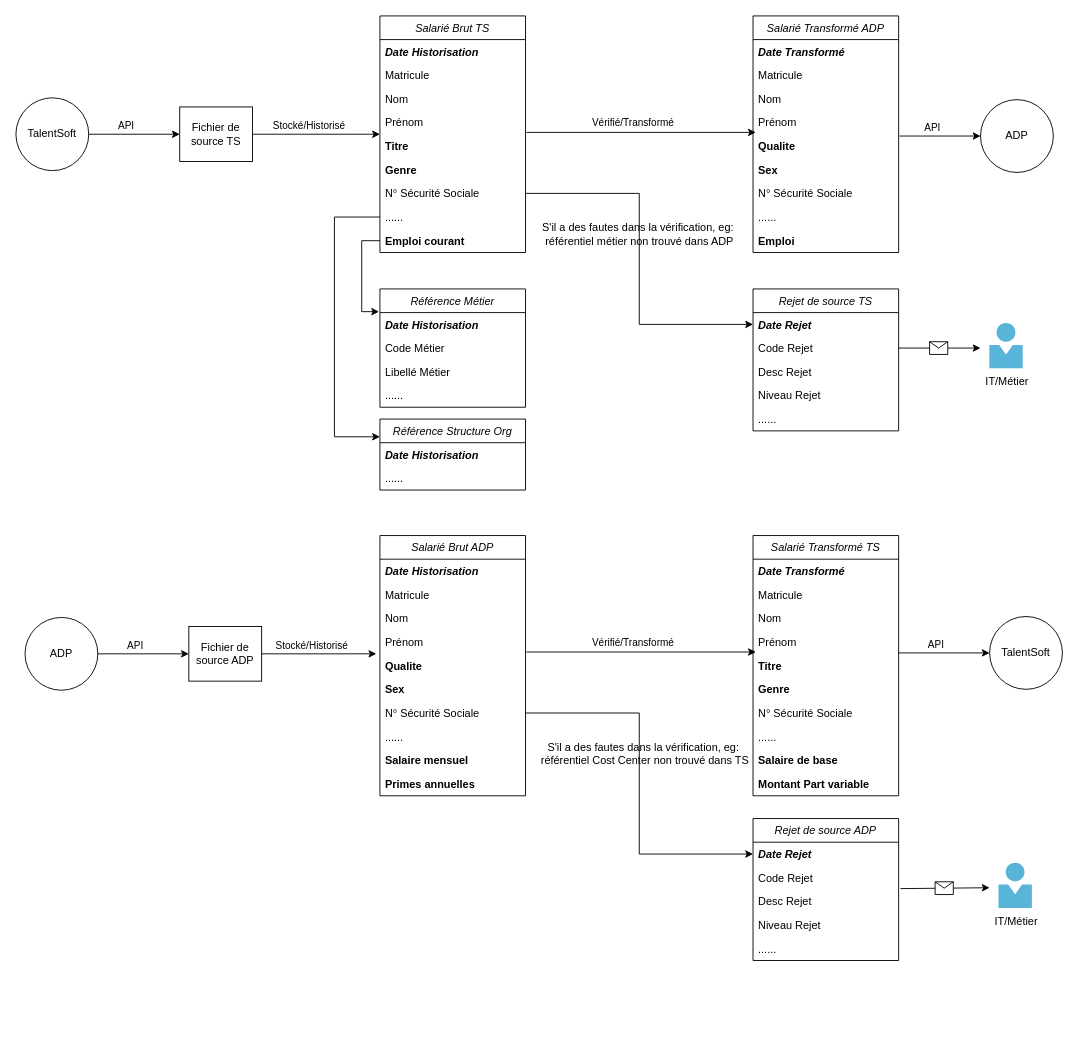
The draw.io diagram Schema Interface SIRH.drawio in YLIUSBI/Motul-Interface-SIRH, before the edit. Source tidied: cells renumbered, new cells numbered last; positions are measured from the earlier drawing's top-left corner, leaving out a move shared by most shapes. Both pictures are drawn from the tidied source at 91%, with x=0, y=0 at pixel (15, 15).
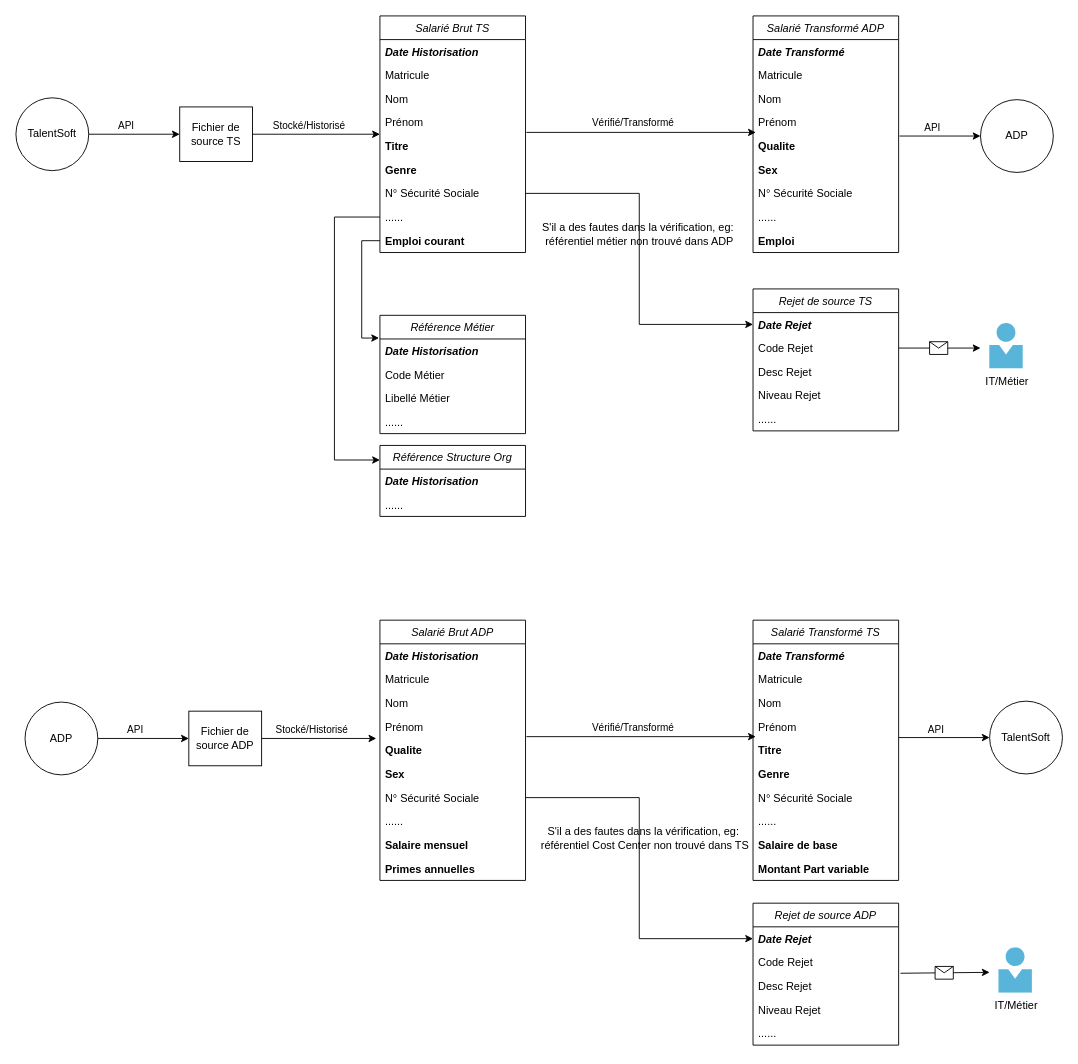
The same diagram, later.

Commit message (it also covers changes not shown here):
Mettre à jour Schema Interface SIRH.drawio

The change refers to these unchanged cells:
```xml
<mxCell id="10" value="......" style="text;align=left;verticalAlign=top;spacingLeft=4;spacingRight=4;overflow=hidden;points=[[0,0.5],[1,0.5]];portConstraint=eastwest;rounded=0;shadow=0;html=0;" parent="2" vertex="1">
  <mxGeometry y="208" width="160" height="26" as="geometry" />
</mxCell>
<mxCell id="84" value="Code Rejet" style="text;align=left;verticalAlign=top;spacingLeft=4;spacingRight=4;overflow=hidden;points=[[0,0.5],[1,0.5]];portConstraint=eastwest;" parent="82" vertex="1">
  <mxGeometry y="52" width="160" height="26" as="geometry" />
</mxCell>
```

Diff of the diagram source:
```diff
@@
     <mxCell id="15" value="Référence Métier" style="swimlane;fontStyle=2;align=center;verticalAlign=top;horizontal=1;startSize=26;rounded=0;shadow=0;strokeWidth=1;" parent="1" vertex="1">
-      <mxGeometry x="400" y="300" width="160" height="130" as="geometry" />
+      <mxGeometry x="400" y="329" width="160" height="130" as="geometry" />
     </mxCell>
@@
     <mxCell id="20" value="Référence Structure Org" style="swimlane;fontStyle=2;align=center;verticalAlign=top;horizontal=1;startSize=26;rounded=0;shadow=0;strokeWidth=1;" parent="1" vertex="1">
-      <mxGeometry x="400" y="443" width="160" height="78" as="geometry" />
+      <mxGeometry x="400" y="472" width="160" height="78" as="geometry" />
     </mxCell>
@@
     <mxCell id="49" value="Salarié Brut ADP" style="swimlane;fontStyle=2;align=center;verticalAlign=top;horizontal=1;startSize=26;rounded=0;shadow=0;strokeWidth=1;" parent="1" vertex="1">
-      <mxGeometry x="400" y="571" width="160" height="286" as="geometry" />
+      <mxGeometry x="400" y="664" width="160" height="286" as="geometry" />
     </mxCell>
@@
     <mxCell id="60" value="ADP" style="ellipse;whiteSpace=wrap;html=1;" parent="1" vertex="1">
-      <mxGeometry x="10" y="661" width="80" height="80" as="geometry" />
+      <mxGeometry x="10" y="754" width="80" height="80" as="geometry" />
     </mxCell>
@@
     <mxCell id="63" value="Fichier de source ADP" style="rounded=0;whiteSpace=wrap;html=1;" parent="1" vertex="1">
-      <mxGeometry x="190" y="671" width="80" height="60" as="geometry" />
+      <mxGeometry x="190" y="764" width="80" height="60" as="geometry" />
     </mxCell>
@@
     <mxCell id="66" value="Salarié Transformé TS" style="swimlane;fontStyle=2;align=center;verticalAlign=top;horizontal=1;startSize=26;rounded=0;shadow=0;strokeWidth=1;" parent="1" vertex="1">
-      <mxGeometry x="810" y="571" width="160" height="286" as="geometry" />
+      <mxGeometry x="810" y="664" width="160" height="286" as="geometry" />
     </mxCell>
@@
     <mxCell id="79" value="TalentSoft" style="ellipse;whiteSpace=wrap;html=1;" parent="1" vertex="1">
-      <mxGeometry x="1070" y="660" width="80" height="80" as="geometry" />
+      <mxGeometry x="1070" y="753" width="80" height="80" as="geometry" />
     </mxCell>
@@
     <mxCell id="82" value="Rejet de source ADP" style="swimlane;fontStyle=2;align=center;verticalAlign=top;horizontal=1;startSize=26;rounded=0;shadow=0;strokeWidth=1;" parent="1" vertex="1">
-      <mxGeometry x="810" y="882" width="160" height="156" as="geometry" />
+      <mxGeometry x="810" y="975" width="160" height="156" as="geometry" />
     </mxCell>
@@
     <mxCell id="89" value="S'il a des fautes dans la vérification,&amp;nbsp;&lt;span style=&quot;background-color: initial;&quot;&gt;eg:&amp;nbsp;&lt;/span&gt;&lt;div&gt;&lt;span style=&quot;background-color: initial;&quot;&gt;référentiel Cost Center non trouvé dans TS&lt;/span&gt;&lt;/div&gt;" style="text;html=1;align=center;verticalAlign=middle;strokeColor=none;fillColor=none;" parent="1" vertex="1">
-      <mxGeometry x="566" y="791" width="250" height="40" as="geometry" />
+      <mxGeometry x="566" y="884" width="250" height="40" as="geometry" />
     </mxCell>
@@
     <mxCell id="93" style="endArrow=classic;html=1;rounded=0;exitX=1.013;exitY=0.962;exitDx=0;exitDy=0;exitPerimeter=0;" parent="1" edge="1" source="84">
       <mxGeometry relative="1" as="geometry">
-        <mxPoint x="1070" y="958" as="targetPoint" />
+        <mxPoint x="1070" y="1051" as="targetPoint" />
       </mxGeometry>
     </mxCell>
@@
     <mxCell id="95" value="IT/Métier" style="image;sketch=0;html=1;align=center;fontSize=12;image=img/lib/mscae/Person.svg;" parent="1" vertex="1">
-      <mxGeometry x="1080" y="931" width="37" height="50" as="geometry" />
+      <mxGeometry x="1080" y="1024" width="37" height="50" as="geometry" />
     </mxCell>
-    <mxCell id="96" style="edgeStyle=orthogonalEdgeStyle;rounded=0;jettySize=auto;html=1;exitX=0;exitY=0.5;exitDx=0;exitDy=0;entryX=0;entryY=0.25;entryDx=0;entryDy=0;" parent="1" edge="1" source="10" target="20">
+    <mxCell id="96" style="edgeStyle=orthogonalEdgeStyle;rounded=0;jettySize=auto;html=1;exitX=0;exitY=0.5;exitDx=0;exitDy=0;" parent="1" edge="1" source="10">
       <mxGeometry relative="1" as="geometry">
+        <mxPoint x="400" y="488" as="targetPoint" />
         <Array as="points">
           <mxPoint x="350" y="221" />
-          <mxPoint x="350" y="463" />
+          <mxPoint x="350" y="488" />
+          <mxPoint x="400" y="488" />
         </Array>
       </mxGeometry>
     </mxCell>
```
